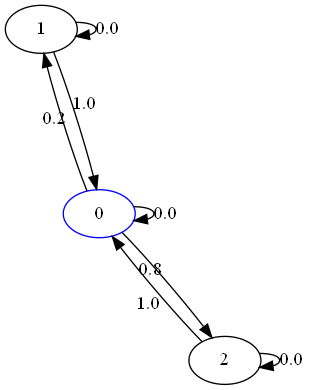
Above: N3Star.png in conhugh/RoSSO (Graphviz), before the change. Its source is kept beside it as N3star.dot. The source it was exported from:
```dot
digraph "" {
	graph [len=3,
		nodesep=0.2
	];
	0	[color=blue];
	0 -> 0	[label=0.0,
		len=2,
		weight=1];
	0 -> 1	[label=0.2,
		len=2,
		weight=1];
	0 -> 2	[label=0.8,
		len=2,
		weight=1];
	1 -> 0	[label=1.0,
		len=2,
		weight=1];
	1 -> 1	[label=0.0,
		len=2,
		weight=1];
	2 -> 0	[label=1.0,
		len=2,
		weight=1];
	2 -> 2	[label=0.0,
		len=2,
		weight=1];
}
```
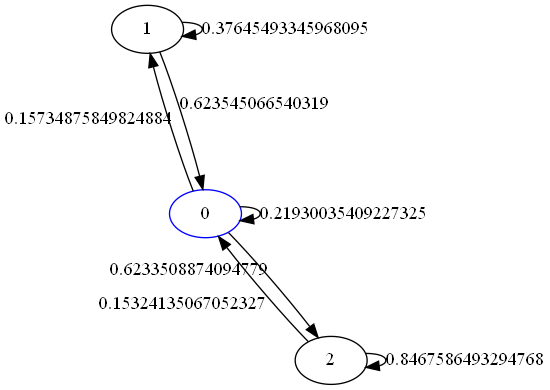
Later version of the same file.

What changed in the source:
```diff
@@ -3,25 +3,25 @@
 		nodesep=0.2
 	];
 	0	[color=blue];
-	0 -> 0	[label=0.0,
+	0 -> 0	[label=0.21930035409227325,
 		len=2,
 		weight=1];
-	0 -> 1	[label=0.2,
+	0 -> 1	[label=0.15734875849824884,
 		len=2,
 		weight=1];
-	0 -> 2	[label=0.8,
+	0 -> 2	[label=0.6233508874094779,
 		len=2,
 		weight=1];
-	1 -> 0	[label=1.0,
+	1 -> 0	[label=0.623545066540319,
 		len=2,
 		weight=1];
-	1 -> 1	[label=0.0,
+	1 -> 1	[label=0.37645493345968095,
 		len=2,
 		weight=1];
-	2 -> 0	[label=1.0,
+	2 -> 0	[label=0.15324135067052327,
 		len=2,
 		weight=1];
-	2 -> 2	[label=0.0,
+	2 -> 2	[label=0.8467586493294768,
 		len=2,
 		weight=1];
 }
```
